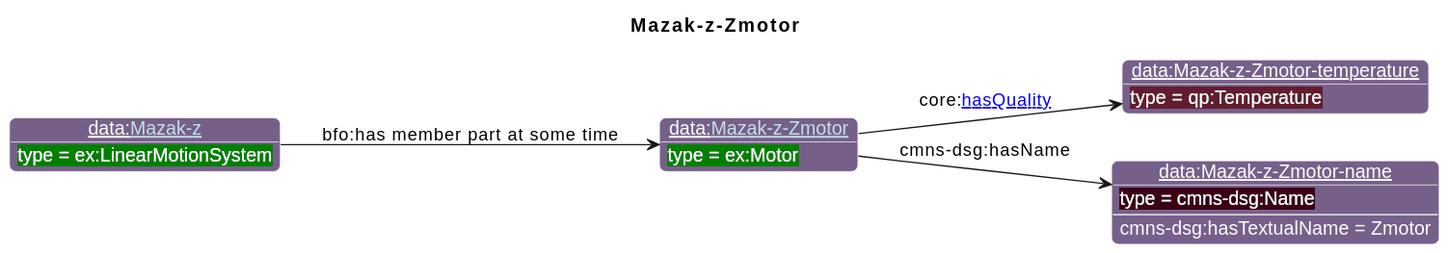
Before: diagrams/Mazak-z-Zmotor.svg, a diagram exported from PlantUML (iofoundry/example-syseng-mtconnect).
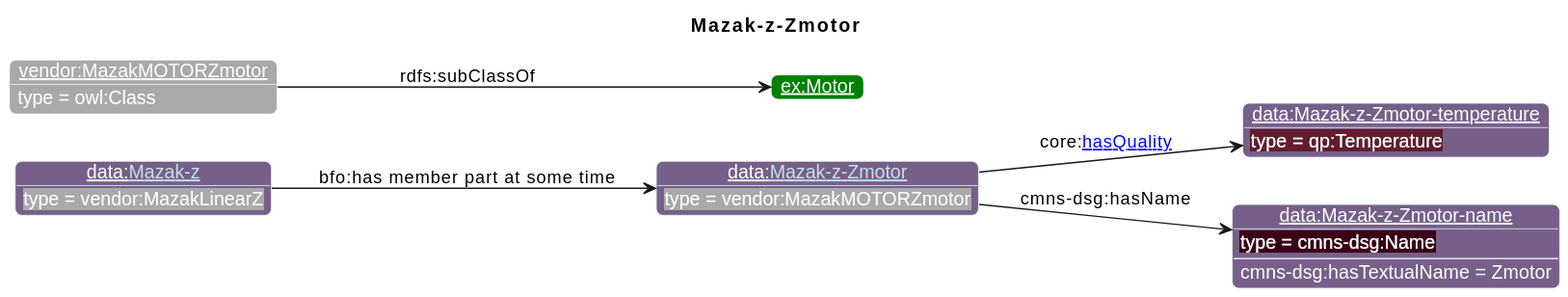
The same file after the commit.

Change to the diagram source:
```diff
@@ -19,12 +19,15 @@
                       "ns1":"76608A",
 "ex":"Green","data":"76608A","core":"000000","units":"8A2D3B","qp":"641B2E","cmns-dsg":"3A0519"
 }
-individual(o1, data:[[./Mazak-z-Zmotor.html Mazak-z-Zmotor]], ex:Motor)
+individual(o1, data:[[./Mazak-z-Zmotor.html Mazak-z-Zmotor]], vendor:MazakMOTORZmotor)
 individual(o2, data:Mazak-z-Zmotor-temperature, qp:Temperature)
-individual(o3, data:Mazak-z-Zmotor-name, cmns-dsg:Name)
-individual(o4, data:[[./Mazak-z.html Mazak-z]], ex:LinearMotionSystem)
+individual(o3, vendor:MazakMOTORZmotor, owl:Class)
+individual(o4, ex:Motor)
+individual(o5, data:Mazak-z-Zmotor-name, cmns-dsg:Name)
+individual(o6, data:[[./Mazak-z.html Mazak-z]], vendor:MazakLinearZ)
 property(o1, core:[[https://spec.industrialontologies.org/ontology/core/Core/hasQuality hasQuality]], o2)
-property(o1, cmns-dsg:hasName, o3)
-data(o3, cmns-dsg:hasTextualName, Zmotor)
-property(o4, "bfo:has member part at some time", o1)
+property(o3, rdfs:subClassOf, o4)
+property(o1, cmns-dsg:hasName, o5)
+data(o5, cmns-dsg:hasTextualName, Zmotor)
+property(o6, "bfo:has member part at some time", o1)
 @enduml
```
